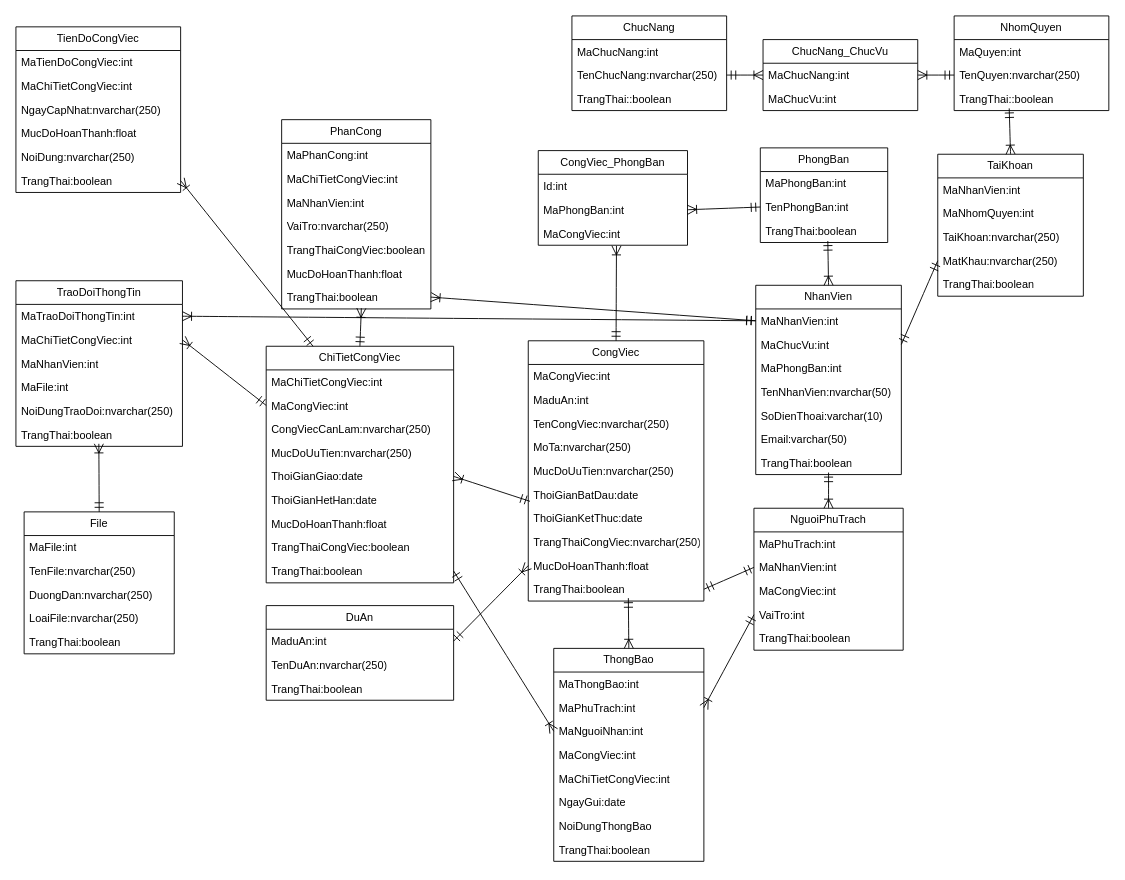
maivantai2003/vercelDemo keeps this draw.io diagram as dacn+.net.drawio. Above is the earlier version. Source tidied: cells renumbered, new cells numbered last; positions are measured from the earlier drawing's top-left corner, leaving out a move shared by most shapes. Both pictures are drawn from the tidied source at 91%, with x=0, y=0 at pixel (15, 15).
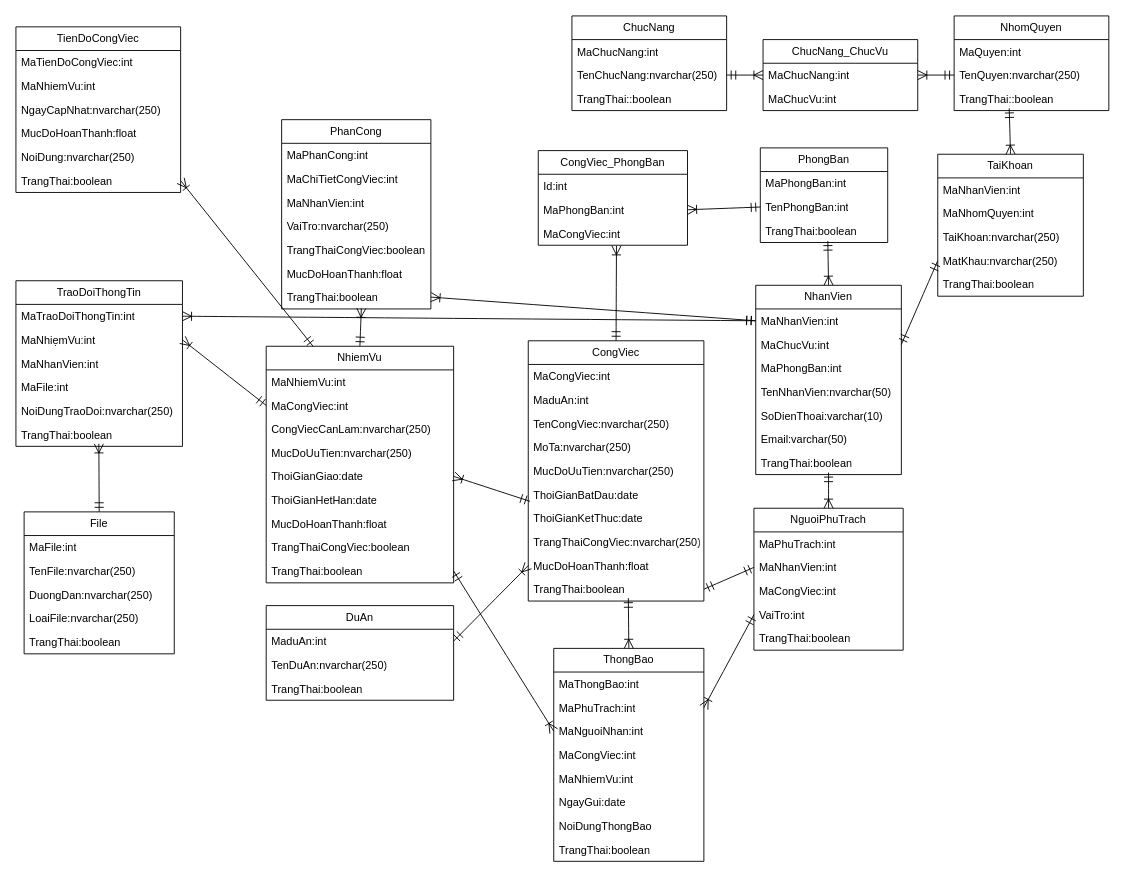
The same diagram, later.

Commit message:
Cập nhật dacn+.net.drawio

The change refers to these unchanged cells:
```xml
<mxCell id="83" value="TraoDoiThongTin" style="swimlane;fontStyle=0;horizontal=1;startSize=26;fillColor=none;whiteSpace=wrap;html=1;" parent="1" vertex="1">
  <mxGeometry y="291" width="183" height="182" as="geometry" />
</mxCell>
<mxCell id="99" value="TienDoCongViec" style="swimlane;fontStyle=0;horizontal=1;startSize=26;fillColor=none;whiteSpace=wrap;html=1;" parent="1" vertex="1">
  <mxGeometry y="12" width="181" height="182" as="geometry" />
</mxCell>
<mxCell id="107" value="ThongBao" style="swimlane;fontStyle=0;horizontal=1;startSize=26;fillColor=none;whiteSpace=wrap;html=1;" parent="1" vertex="1">
  <mxGeometry x="591" y="695" width="165" height="234" as="geometry" />
</mxCell>
```

What changed in the source:
```diff
@@
-    <mxCell id="54" value="ChiTietCongViec" style="swimlane;fontStyle=0;horizontal=1;startSize=26;fillColor=none;whiteSpace=wrap;html=1;" parent="1" vertex="1">
+    <mxCell id="54" value="NhiemVu" style="swimlane;fontStyle=0;horizontal=1;startSize=26;fillColor=none;whiteSpace=wrap;html=1;" parent="1" vertex="1">
       <mxGeometry x="275" y="363" width="206" height="260" as="geometry" />
     </mxCell>
-    <mxCell id="55" value="MaChiTietCongViec:int" style="text;strokeColor=none;fillColor=none;align=left;verticalAlign=top;spacingLeft=4;spacingRight=4;overflow=hidden;whiteSpace=wrap;html=1;" parent="54" vertex="1">
+    <mxCell id="55" value="MaNhiemVu:int" style="text;strokeColor=none;fillColor=none;align=left;verticalAlign=top;spacingLeft=4;spacingRight=4;overflow=hidden;whiteSpace=wrap;html=1;" parent="54" vertex="1">
       <mxGeometry y="26" width="206" height="26" as="geometry" />
     </mxCell>
@@
-    <mxCell id="85" value="MaChiTietCongViec:int" style="text;strokeColor=none;fillColor=none;align=left;verticalAlign=top;spacingLeft=4;spacingRight=4;overflow=hidden;points=[[0,0.5],[1,0.5]];portConstraint=eastwest;whiteSpace=wrap;html=1;" parent="83" vertex="1">
+    <mxCell id="85" value="MaNhiẹmVu:int" style="text;strokeColor=none;fillColor=none;align=left;verticalAlign=top;spacingLeft=4;spacingRight=4;overflow=hidden;points=[[0,0.5],[1,0.5]];portConstraint=eastwest;whiteSpace=wrap;html=1;" parent="83" vertex="1">
       <mxGeometry y="52" width="183" height="26" as="geometry" />
     </mxCell>
@@
-    <mxCell id="101" value="MaChiTietCongViec:int" style="text;strokeColor=none;fillColor=none;align=left;verticalAlign=top;spacingLeft=4;spacingRight=4;overflow=hidden;whiteSpace=wrap;html=1;" parent="99" vertex="1">
+    <mxCell id="101" value="MaNhiemVu:int" style="text;strokeColor=none;fillColor=none;align=left;verticalAlign=top;spacingLeft=4;spacingRight=4;overflow=hidden;whiteSpace=wrap;html=1;" parent="99" vertex="1">
       <mxGeometry y="52" width="181" height="26" as="geometry" />
     </mxCell>
@@
-    <mxCell id="112" value="MaChiTietCongViec:int" style="text;strokeColor=none;fillColor=none;align=left;verticalAlign=top;spacingLeft=4;spacingRight=4;overflow=hidden;whiteSpace=wrap;html=1;" parent="107" vertex="1">
+    <mxCell id="112" value="MaNhiemVu:int" style="text;strokeColor=none;fillColor=none;align=left;verticalAlign=top;spacingLeft=4;spacingRight=4;overflow=hidden;whiteSpace=wrap;html=1;" parent="107" vertex="1">
       <mxGeometry y="130" width="165" height="26" as="geometry" />
     </mxCell>
```
